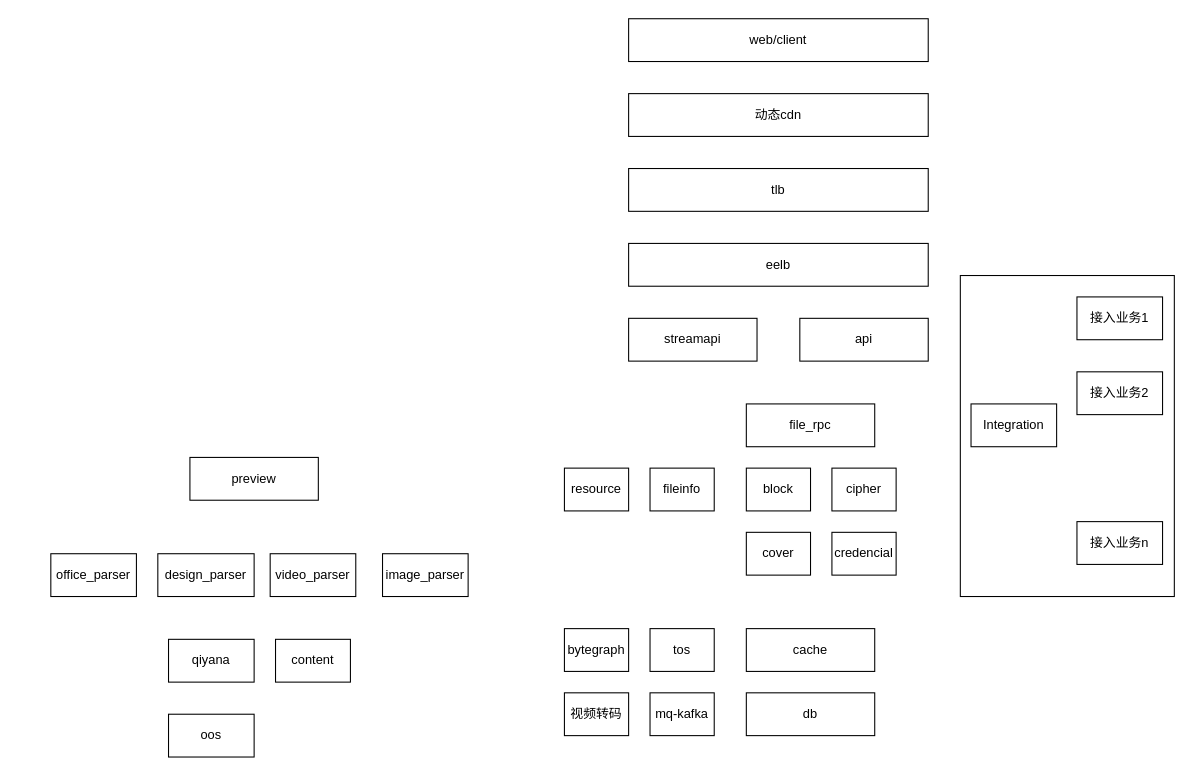
Before: 架构图.drawio in hehenpan/drawio, a draw.io diagram. Source tidied: cells renumbered, new cells numbered last; positions are measured from the earlier drawing's top-left corner, leaving out a move shared by most shapes. Both pictures are drawn from the tidied source at 107%, with x=0, y=0 at pixel (50, 18).
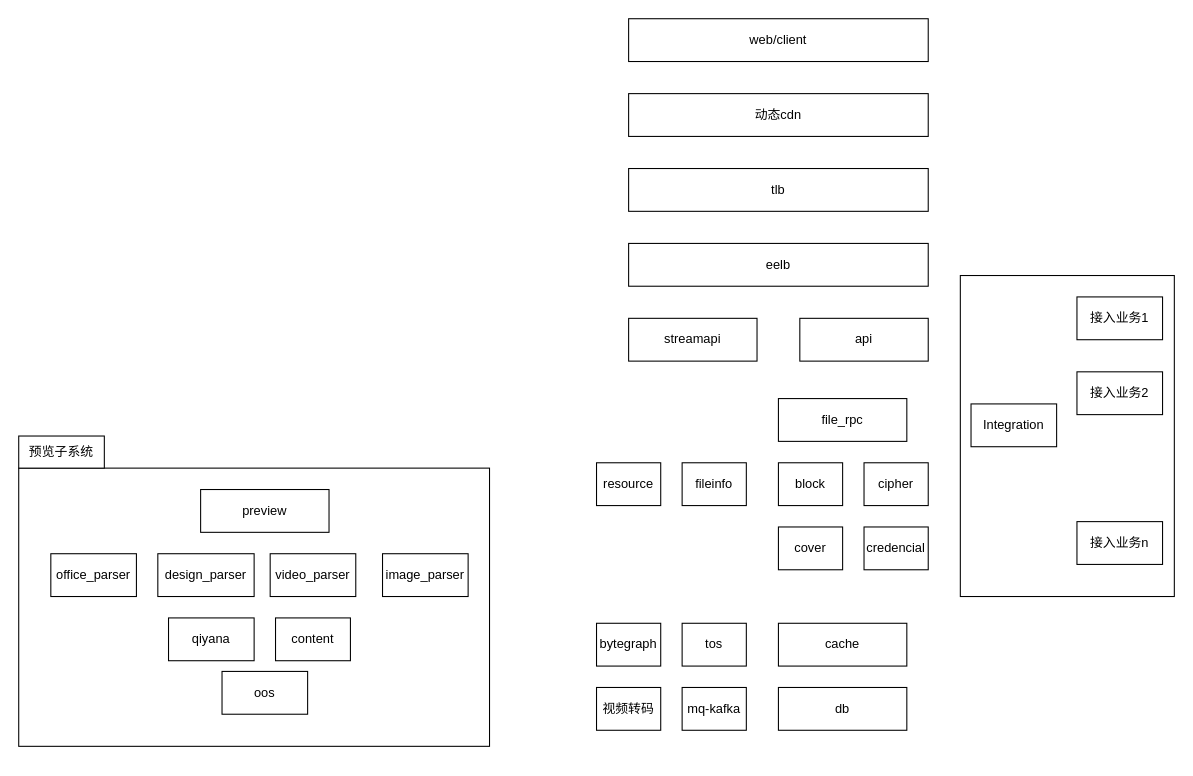
The same diagram, later.

The edit, as a diff of the source:
```diff
@@
+    <mxCell id="34" style="rounded=0;whiteSpace=wrap;html=1;" parent="1" vertex="1">
+      <mxGeometry x="-30" y="420" width="440" height="260" as="geometry" />
+    </mxCell>
@@
     <mxCell id="9" value="file_rpc" style="rounded=0;whiteSpace=wrap;html=1;" parent="1" vertex="1">
-      <mxGeometry x="650" y="360" width="120" height="40" as="geometry" />
+      <mxGeometry x="680" y="355" width="120" height="40" as="geometry" />
     </mxCell>
     <mxCell id="10" value="fileinfo" style="rounded=0;whiteSpace=wrap;html=1;" parent="1" vertex="1">
-      <mxGeometry x="560" y="420" width="60" height="40" as="geometry" />
+      <mxGeometry x="590" y="415" width="60" height="40" as="geometry" />
     </mxCell>
     <mxCell id="11" value="block" style="rounded=0;whiteSpace=wrap;html=1;" parent="1" vertex="1">
-      <mxGeometry x="650" y="420" width="60" height="40" as="geometry" />
+      <mxGeometry x="680" y="415" width="60" height="40" as="geometry" />
     </mxCell>
     <mxCell id="12" value="cipher" style="rounded=0;whiteSpace=wrap;html=1;" parent="1" vertex="1">
-      <mxGeometry x="730" y="420" width="60" height="40" as="geometry" />
+      <mxGeometry x="760" y="415" width="60" height="40" as="geometry" />
     </mxCell>
     <mxCell id="13" value="cache" style="rounded=0;whiteSpace=wrap;html=1;" parent="1" vertex="1">
-      <mxGeometry x="650" y="570" width="120" height="40" as="geometry" />
+      <mxGeometry x="680" y="565" width="120" height="40" as="geometry" />
     </mxCell>
     <mxCell id="14" value="db" style="rounded=0;whiteSpace=wrap;html=1;" parent="1" vertex="1">
-      <mxGeometry x="650" y="630" width="120" height="40" as="geometry" />
+      <mxGeometry x="680" y="625" width="120" height="40" as="geometry" />
     </mxCell>
@@
     <mxCell id="19" value="resource" style="rounded=0;whiteSpace=wrap;html=1;" parent="1" vertex="1">
-      <mxGeometry x="480" y="420" width="60" height="40" as="geometry" />
+      <mxGeometry x="510" y="415" width="60" height="40" as="geometry" />
     </mxCell>
     <mxCell id="20" value="bytegraph" style="rounded=0;whiteSpace=wrap;html=1;" parent="1" vertex="1">
-      <mxGeometry x="480" y="570" width="60" height="40" as="geometry" />
+      <mxGeometry x="510" y="565" width="60" height="40" as="geometry" />
     </mxCell>
     <mxCell id="21" value="tos" style="rounded=0;whiteSpace=wrap;html=1;" parent="1" vertex="1">
-      <mxGeometry x="560" y="570" width="60" height="40" as="geometry" />
+      <mxGeometry x="590" y="565" width="60" height="40" as="geometry" />
     </mxCell>
     <mxCell id="22" value="mq-kafka" style="rounded=0;whiteSpace=wrap;html=1;" parent="1" vertex="1">
-      <mxGeometry x="560" y="630" width="60" height="40" as="geometry" />
+      <mxGeometry x="590" y="625" width="60" height="40" as="geometry" />
     </mxCell>
     <mxCell id="23" value="qiyana" style="rounded=0;whiteSpace=wrap;html=1;" parent="1" vertex="1">
-      <mxGeometry x="110" y="580" width="80" height="40" as="geometry" />
+      <mxGeometry x="110" y="560" width="80" height="40" as="geometry" />
     </mxCell>
     <mxCell id="24" value="preview" style="rounded=0;whiteSpace=wrap;html=1;" parent="1" vertex="1">
-      <mxGeometry x="130" y="410" width="120" height="40" as="geometry" />
+      <mxGeometry x="140" y="440" width="120" height="40" as="geometry" />
     </mxCell>
     <mxCell id="25" value="content" style="rounded=0;whiteSpace=wrap;html=1;" parent="1" vertex="1">
-      <mxGeometry x="210" y="580" width="70" height="40" as="geometry" />
+      <mxGeometry x="210" y="560" width="70" height="40" as="geometry" />
     </mxCell>
@@
     <mxCell id="30" value="oos" style="rounded=0;whiteSpace=wrap;html=1;" parent="1" vertex="1">
-      <mxGeometry x="110" y="650" width="80" height="40" as="geometry" />
+      <mxGeometry x="160" y="610" width="80" height="40" as="geometry" />
     </mxCell>
     <mxCell id="31" value="视频转码" style="rounded=0;whiteSpace=wrap;html=1;" parent="1" vertex="1">
-      <mxGeometry x="480" y="630" width="60" height="40" as="geometry" />
+      <mxGeometry x="510" y="625" width="60" height="40" as="geometry" />
     </mxCell>
     <mxCell id="32" value="credencial" style="rounded=0;whiteSpace=wrap;html=1;" parent="1" vertex="1">
-      <mxGeometry x="730" y="480" width="60" height="40" as="geometry" />
+      <mxGeometry x="760" y="475" width="60" height="40" as="geometry" />
     </mxCell>
     <mxCell id="33" value="cover" style="rounded=0;whiteSpace=wrap;html=1;" parent="1" vertex="1">
-      <mxGeometry x="650" y="480" width="60" height="40" as="geometry" />
+      <mxGeometry x="680" y="475" width="60" height="40" as="geometry" />
     </mxCell>
+    <mxCell id="35" value="预览子系统" style="rounded=0;whiteSpace=wrap;html=1;" parent="1" vertex="1">
+      <mxGeometry x="-30" y="390" width="80" height="30" as="geometry" />
+    </mxCell>
```
